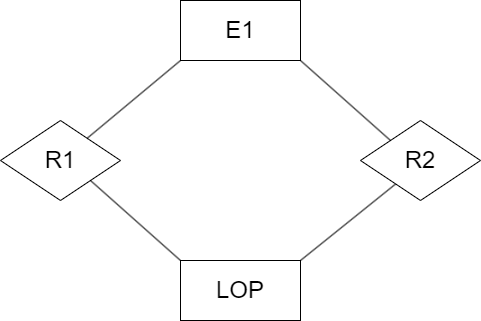
Above: VD2b (Chương 2).png in datnham0212/learning (draw.io), before the change. Source tidied: cells renumbered, new cells last; positions are measured from the earlier drawing's top-left corner, leaving out a move shared by most shapes.
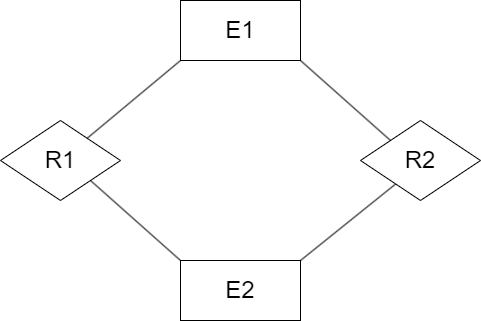
After the change.

What changed in the source:
```diff
@@ -5,7 +5,7 @@
     <mxCell id="2" value="E1" style="rounded=0;whiteSpace=wrap;html=1;fontSize=24;" parent="1" vertex="1">
       <mxGeometry x="180" width="120" height="60" as="geometry" />
     </mxCell>
-    <mxCell id="3" value="LOP" style="rounded=0;whiteSpace=wrap;html=1;fontSize=24;" parent="1" vertex="1">
+    <mxCell id="3" value="E2" style="rounded=0;whiteSpace=wrap;html=1;fontSize=24;" parent="1" vertex="1">
       <mxGeometry x="180" y="260" width="120" height="60" as="geometry" />
     </mxCell>
     <mxCell id="4" value="R1" style="rhombus;whiteSpace=wrap;html=1;fontSize=24;" parent="1" vertex="1">
```
